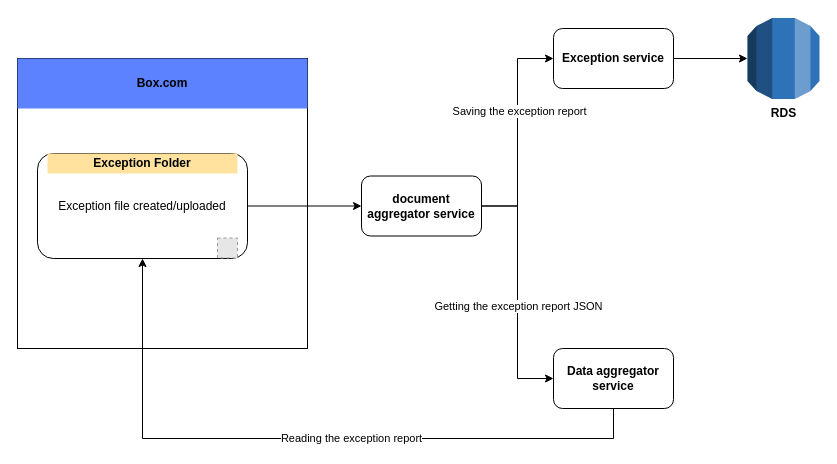
Before: Untitled Diagram.drawio in MohammedFazuluddin/test, a draw.io diagram. Source tidied: cells renumbered, new cells numbered last; positions are measured from the earlier drawing's top-left corner, leaving out a move shared by most shapes. Both pictures are drawn from the tidied source at 100%, with x=0, y=0 at pixel (17, 18). Pictures stored in the file or linked from it are replaced by grey dashed boxes.
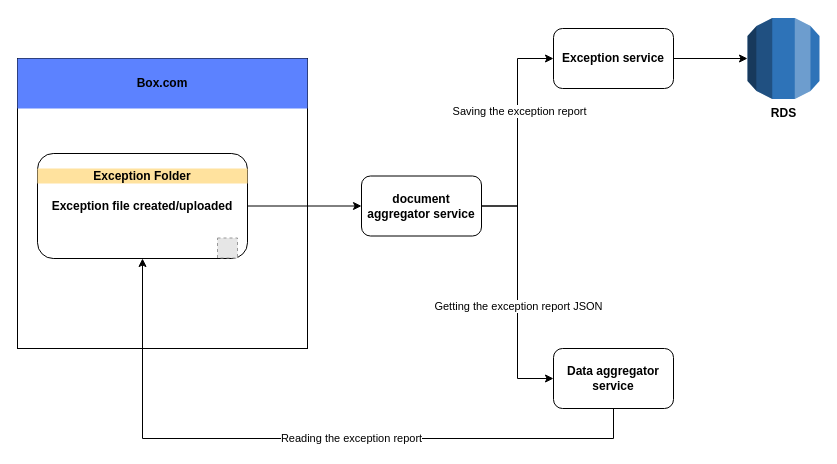
The same page after the edit.

The edit, as a diff of the source:
```diff
@@
-    <mxCell id="3" value="Exception file created/uploaded" style="rounded=1;whiteSpace=wrap;html=1;" parent="1" vertex="1">
+    <mxCell id="3" value="&lt;b&gt;Exception file created/uploaded&lt;/b&gt;" style="rounded=1;whiteSpace=wrap;html=1;" parent="1" vertex="1">
       <mxGeometry x="20" y="135" width="210" height="105" as="geometry" />
     </mxCell>
@@
     <mxCell id="16" value="Exception Folder" style="text;html=1;strokeColor=none;fillColor=#FFE29E;align=center;verticalAlign=middle;whiteSpace=wrap;rounded=0;fontStyle=1;" parent="1" vertex="1">
-      <mxGeometry x="30" y="135" width="190" height="20" as="geometry" />
+      <mxGeometry x="20" y="150" width="210" height="15" as="geometry" />
     </mxCell>
```
